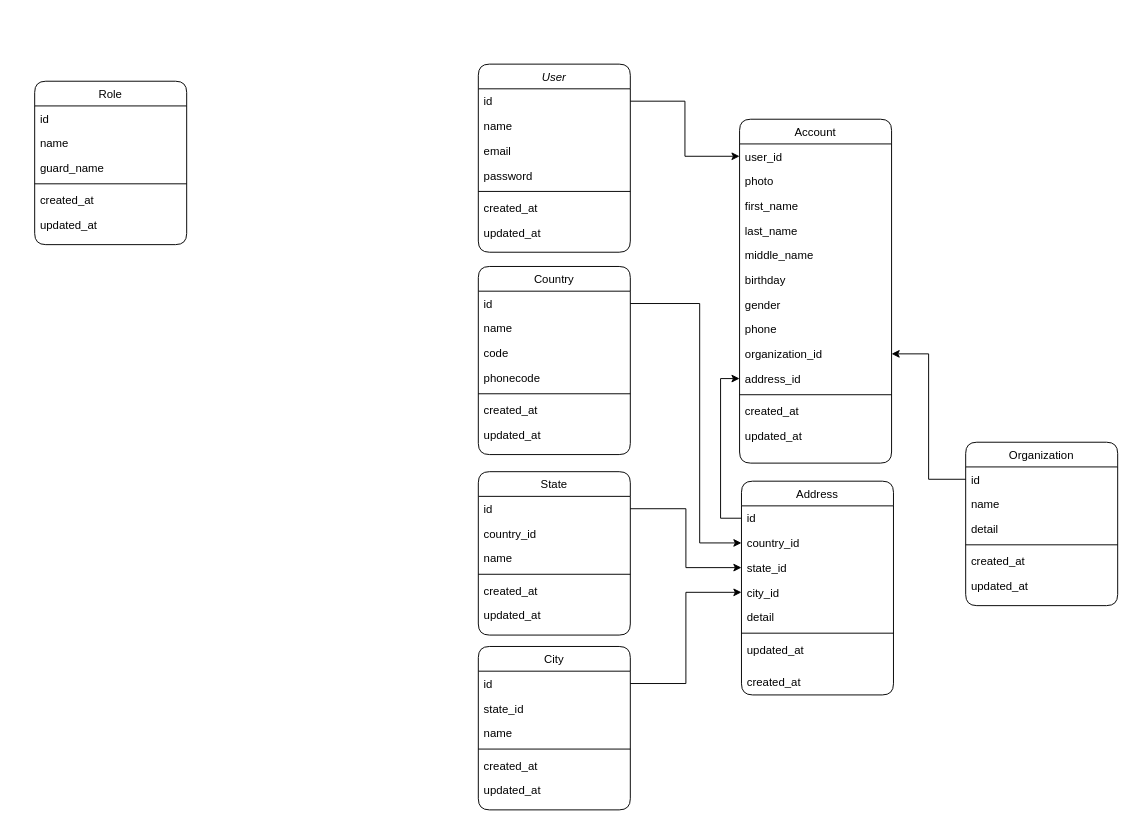
urinboy/EduCRM keeps this draw.io diagram as public/Untitled Diagram.drawio. Above is the earlier version. Source tidied: cells renumbered, new cells numbered last; positions are measured from the earlier drawing's top-left corner, leaving out a move shared by most shapes. Both pictures are drawn from the tidied source at 95%, with x=0, y=0 at pixel (34, 64).
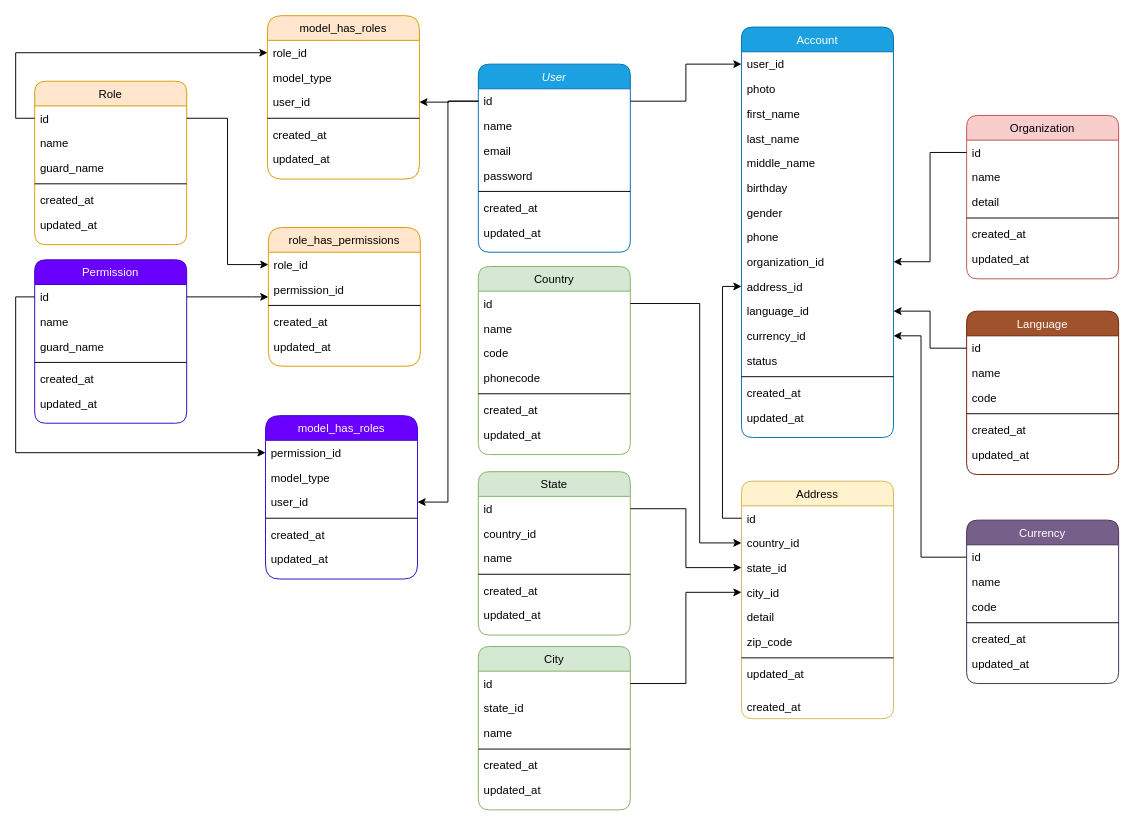
Above is the later version.

Unchanged cells that the change refers to:
```xml
<mxCell id="3" value="id" style="text;align=left;verticalAlign=top;spacingLeft=4;spacingRight=4;overflow=hidden;points=[[0,0.5],[1,0.5]];portConstraint=eastwest;" parent="2" vertex="1">
  <mxGeometry y="26" width="160" height="26" as="geometry" />
</mxCell>
<mxCell id="19" value="organization_id" style="text;align=left;verticalAlign=top;spacingLeft=4;spacingRight=4;overflow=hidden;points=[[0,0.5],[1,0.5]];portConstraint=eastwest;" parent="10" vertex="1">
  <mxGeometry y="234" width="160" height="26" as="geometry" />
</mxCell>
<mxCell id="25" value="id" style="text;align=left;verticalAlign=top;spacingLeft=4;spacingRight=4;overflow=hidden;points=[[0,0.5],[1,0.5]];portConstraint=eastwest;" parent="24" vertex="1">
  <mxGeometry y="26" width="160" height="26" as="geometry" />
</mxCell>
<mxCell id="69" value="id" style="text;align=left;verticalAlign=top;spacingLeft=4;spacingRight=4;overflow=hidden;points=[[0,0.5],[1,0.5]];portConstraint=eastwest;" parent="68" vertex="1">
  <mxGeometry y="26" width="160" height="26" as="geometry" />
</mxCell>
```

The edit, as a diff of the source:
```diff
@@
-    <mxCell id="2" value="User" style="swimlane;fontStyle=2;align=center;verticalAlign=top;horizontal=1;startSize=26;rounded=1;shadow=0;strokeWidth=1;" parent="1" vertex="1">
+    <mxCell id="2" value="User" style="swimlane;fontStyle=2;align=center;verticalAlign=top;horizontal=1;startSize=26;rounded=1;shadow=0;strokeWidth=1;fillColor=#1ba1e2;strokeColor=#006EAF;fontColor=#ffffff;" parent="1" vertex="1">
       <mxGeometry x="467" width="160" height="198" as="geometry" />
     </mxCell>
@@
-    <mxCell id="10" value="Account" style="swimlane;fontStyle=0;align=center;verticalAlign=top;horizontal=1;startSize=26;rounded=1;shadow=0;strokeWidth=1;glass=0;swimlaneLine=1;" parent="1" vertex="1">
-      <mxGeometry x="742" y="58" width="160" height="362" as="geometry" />
+    <mxCell id="10" value="Account" style="swimlane;fontStyle=0;align=center;verticalAlign=top;horizontal=1;startSize=26;rounded=1;shadow=0;strokeWidth=1;glass=0;swimlaneLine=1;fillColor=#1ba1e2;strokeColor=#006EAF;fontColor=#ffffff;" parent="1" vertex="1">
+      <mxGeometry x="744" y="-39" width="160" height="432" as="geometry" />
     </mxCell>
@@
+    <mxCell id="75" value="language_id" style="text;align=left;verticalAlign=top;spacingLeft=4;spacingRight=4;overflow=hidden;points=[[0,0.5],[1,0.5]];portConstraint=eastwest;" parent="10" vertex="1">
+      <mxGeometry y="286" width="160" height="26" as="geometry" />
+    </mxCell>
+    <mxCell id="76" value="currency_id" style="text;align=left;verticalAlign=top;spacingLeft=4;spacingRight=4;overflow=hidden;points=[[0,0.5],[1,0.5]];portConstraint=eastwest;" parent="10" vertex="1">
+      <mxGeometry y="312" width="160" height="26" as="geometry" />
+    </mxCell>
+    <mxCell id="77" value="status" style="text;align=left;verticalAlign=top;spacingLeft=4;spacingRight=4;overflow=hidden;" parent="10" vertex="1">
+      <mxGeometry y="338" width="160" height="26" as="geometry" />
+    </mxCell>
     <mxCell id="21" style="line;html=1;strokeWidth=1;align=left;verticalAlign=middle;spacingTop=-1;spacingLeft=3;spacingRight=3;labelPosition=right;" parent="10" vertex="1">
-      <mxGeometry y="286" width="160" height="8" as="geometry" />
+      <mxGeometry y="364" width="160" height="8" as="geometry" />
     </mxCell>
     <mxCell id="22" value="created_at" style="text;align=left;verticalAlign=top;spacingLeft=4;spacingRight=4;overflow=hidden;" parent="10" vertex="1">
-      <mxGeometry y="294" width="160" height="26" as="geometry" />
+      <mxGeometry y="372" width="160" height="26" as="geometry" />
     </mxCell>
     <mxCell id="23" value="updated_at" style="text;align=left;verticalAlign=top;spacingLeft=4;spacingRight=4;overflow=hidden;" parent="10" vertex="1">
-      <mxGeometry y="320" width="160" height="34" as="geometry" />
+      <mxGeometry y="398" width="160" height="34" as="geometry" />
     </mxCell>
-    <mxCell id="24" value="Organization" style="swimlane;fontStyle=0;align=center;verticalAlign=top;horizontal=1;startSize=26;rounded=1;shadow=0;strokeWidth=1;" parent="1" vertex="1">
-      <mxGeometry x="980" y="398" width="160" height="172" as="geometry" />
+    <mxCell id="24" value="Organization" style="swimlane;fontStyle=0;align=center;verticalAlign=top;horizontal=1;startSize=26;rounded=1;shadow=0;strokeWidth=1;fillColor=#f8cecc;strokeColor=#b85450;" parent="1" vertex="1">
+      <mxGeometry x="981" y="54" width="160" height="172" as="geometry" />
     </mxCell>
@@
-    <mxCell id="31" value="Address" style="swimlane;fontStyle=0;align=center;verticalAlign=top;horizontal=1;startSize=26;rounded=1;shadow=0;strokeWidth=1;" parent="1" vertex="1">
-      <mxGeometry x="744" y="439" width="160" height="225" as="geometry" />
+    <mxCell id="31" value="Address" style="swimlane;fontStyle=0;align=center;verticalAlign=top;horizontal=1;startSize=26;rounded=1;shadow=0;strokeWidth=1;fillColor=#fff2cc;strokeColor=#d6b656;gradientColor=none;swimlaneFillColor=none;" parent="1" vertex="1">
+      <mxGeometry x="744" y="439" width="160" height="250" as="geometry" />
     </mxCell>
@@
+    <mxCell id="78" value="zip_code" style="text;align=left;verticalAlign=top;spacingLeft=4;spacingRight=4;overflow=hidden;rounded=0;shadow=0;html=0;" parent="31" vertex="1">
+      <mxGeometry y="156" width="160" height="26" as="geometry" />
+    </mxCell>
     <mxCell id="37" style="line;html=1;strokeWidth=1;align=left;verticalAlign=middle;spacingTop=-1;spacingLeft=3;spacingRight=3;labelPosition=right;" parent="31" vertex="1">
-      <mxGeometry y="156" width="160" height="8" as="geometry" />
+      <mxGeometry y="182" width="160" height="8" as="geometry" />
     </mxCell>
     <mxCell id="38" value="updated_at" style="text;align=left;verticalAlign=top;spacingLeft=4;spacingRight=4;overflow=hidden;" parent="31" vertex="1">
-      <mxGeometry y="164" width="160" height="34" as="geometry" />
+      <mxGeometry y="190" width="160" height="34" as="geometry" />
     </mxCell>
     <mxCell id="39" value="created_at" style="text;align=left;verticalAlign=top;spacingLeft=4;spacingRight=4;overflow=hidden;" parent="31" vertex="1">
-      <mxGeometry y="198" width="160" height="26" as="geometry" />
+      <mxGeometry y="224" width="160" height="26" as="geometry" />
     </mxCell>
-    <mxCell id="40" style="edgeStyle=orthogonalEdgeStyle;rounded=0;jettySize=auto;html=1;exitX=0;exitY=0.5;exitDx=0;exitDy=0;entryX=1;entryY=0.5;entryDx=0;entryDy=0;" parent="1" edge="1" source="25" target="19">
-      <mxGeometry relative="1" as="geometry" />
-    </mxCell>
@@
-    <mxCell id="42" value="Country" style="swimlane;fontStyle=0;align=center;verticalAlign=top;horizontal=1;startSize=26;rounded=1;shadow=0;strokeWidth=1;" parent="1" vertex="1">
+    <mxCell id="42" value="Country" style="swimlane;fontStyle=0;align=center;verticalAlign=top;horizontal=1;startSize=26;rounded=1;shadow=0;strokeWidth=1;fillColor=#d5e8d4;strokeColor=#82b366;" parent="1" vertex="1">
       <mxGeometry x="467" y="213" width="160" height="198" as="geometry" />
     </mxCell>
@@
-    <mxCell id="50" value="State" style="swimlane;fontStyle=0;align=center;verticalAlign=top;horizontal=1;startSize=26;rounded=1;shadow=0;strokeWidth=1;" parent="1" vertex="1">
+    <mxCell id="50" value="State" style="swimlane;fontStyle=0;align=center;verticalAlign=top;horizontal=1;startSize=26;rounded=1;shadow=0;strokeWidth=1;fillColor=#d5e8d4;strokeColor=#82b366;" parent="1" vertex="1">
       <mxGeometry x="467" y="429" width="160" height="172" as="geometry" />
     </mxCell>
@@
-    <mxCell id="57" value="City" style="swimlane;fontStyle=0;align=center;verticalAlign=top;horizontal=1;startSize=26;rounded=1;shadow=0;strokeWidth=1;" parent="1" vertex="1">
+    <mxCell id="57" value="City" style="swimlane;fontStyle=0;align=center;verticalAlign=top;horizontal=1;startSize=26;rounded=1;shadow=0;strokeWidth=1;fillColor=#d5e8d4;strokeColor=#82b366;" parent="1" vertex="1">
       <mxGeometry x="467" y="613" width="160" height="172" as="geometry" />
     </mxCell>
@@
-    <mxCell id="68" value="Role" style="swimlane;fontStyle=0;align=center;verticalAlign=top;horizontal=1;startSize=26;rounded=1;shadow=0;strokeWidth=1;" parent="1" vertex="1">
+    <mxCell id="68" value="Role" style="swimlane;fontStyle=0;align=center;verticalAlign=top;horizontal=1;startSize=26;rounded=1;shadow=0;strokeWidth=1;fillColor=#ffe6cc;strokeColor=#d79b00;" parent="1" vertex="1">
       <mxGeometry y="18" width="160" height="172" as="geometry" />
     </mxCell>
@@
+    <mxCell id="79" style="edgeStyle=orthogonalEdgeStyle;rounded=0;orthogonalLoop=1;jettySize=auto;html=1;exitX=1;exitY=0.5;exitDx=0;exitDy=0;" parent="68" edge="1" source="69" target="69">
+      <mxGeometry relative="1" as="geometry" />
+    </mxCell>
+    <mxCell id="80" value="Permission" style="swimlane;fontStyle=0;align=center;verticalAlign=top;horizontal=1;startSize=26;rounded=1;shadow=0;strokeWidth=1;fillColor=#6a00ff;strokeColor=#3700CC;fontColor=#ffffff;" parent="1" vertex="1">
+      <mxGeometry y="206" width="160" height="172" as="geometry" />
+    </mxCell>
+    <mxCell id="81" value="id" style="text;align=left;verticalAlign=top;spacingLeft=4;spacingRight=4;overflow=hidden;points=[[0,0.5],[1,0.5]];portConstraint=eastwest;" parent="80" vertex="1">
+      <mxGeometry y="26" width="160" height="26" as="geometry" />
+    </mxCell>
+    <mxCell id="82" value="name" style="text;align=left;verticalAlign=top;spacingLeft=4;spacingRight=4;overflow=hidden;" parent="80" vertex="1">
+      <mxGeometry y="52" width="160" height="26" as="geometry" />
+    </mxCell>
+    <mxCell id="83" value="guard_name" style="text;align=left;verticalAlign=top;spacingLeft=4;spacingRight=4;overflow=hidden;" parent="80" vertex="1">
+      <mxGeometry y="78" width="160" height="26" as="geometry" />
+    </mxCell>
+    <mxCell id="84" style="line;html=1;strokeWidth=1;align=left;verticalAlign=middle;spacingTop=-1;spacingLeft=3;spacingRight=3;labelPosition=right;" parent="80" vertex="1">
+      <mxGeometry y="104" width="160" height="8" as="geometry" />
+    </mxCell>
+    <mxCell id="85" value="created_at" style="text;align=left;verticalAlign=top;spacingLeft=4;spacingRight=4;overflow=hidden;" parent="80" vertex="1">
+      <mxGeometry y="112" width="160" height="26" as="geometry" />
+    </mxCell>
+    <mxCell id="86" value="updated_at" style="text;align=left;verticalAlign=top;spacingLeft=4;spacingRight=4;overflow=hidden;" parent="80" vertex="1">
+      <mxGeometry y="138" width="160" height="34" as="geometry" />
+    </mxCell>
+    <mxCell id="87" value="role_has_permissions" style="swimlane;fontStyle=0;align=center;verticalAlign=top;horizontal=1;startSize=26;rounded=1;shadow=0;strokeWidth=1;arcSize=19;fillColor=#ffe6cc;strokeColor=#d79b00;" parent="1" vertex="1">
+      <mxGeometry x="246" y="172" width="160" height="146" as="geometry" />
+    </mxCell>
+    <mxCell id="88" value="role_id" style="text;align=left;verticalAlign=top;spacingLeft=4;spacingRight=4;overflow=hidden;points=[[0,0.5],[1,0.5]];portConstraint=eastwest;" parent="87" vertex="1">
+      <mxGeometry y="26" width="160" height="26" as="geometry" />
+    </mxCell>
+    <mxCell id="89" value="permission_id" style="text;align=left;verticalAlign=top;spacingLeft=4;spacingRight=4;overflow=hidden;" parent="87" vertex="1">
+      <mxGeometry y="52" width="160" height="26" as="geometry" />
+    </mxCell>
+    <mxCell id="90" style="line;html=1;strokeWidth=1;align=left;verticalAlign=middle;spacingTop=-1;spacingLeft=3;spacingRight=3;labelPosition=right;" parent="87" vertex="1">
+      <mxGeometry y="78" width="160" height="8" as="geometry" />
+    </mxCell>
+    <mxCell id="91" value="created_at" style="text;align=left;verticalAlign=top;spacingLeft=4;spacingRight=4;overflow=hidden;" parent="87" vertex="1">
+      <mxGeometry y="86" width="160" height="26" as="geometry" />
+    </mxCell>
+    <mxCell id="92" value="updated_at" style="text;align=left;verticalAlign=top;spacingLeft=4;spacingRight=4;overflow=hidden;" parent="87" vertex="1">
+      <mxGeometry y="112" width="160" height="34" as="geometry" />
+    </mxCell>
+    <mxCell id="93" style="edgeStyle=orthogonalEdgeStyle;rounded=0;jettySize=auto;html=1;exitX=1;exitY=0.5;exitDx=0;exitDy=0;entryX=0;entryY=0.5;entryDx=0;entryDy=0;" parent="1" edge="1" source="81" target="87">
+      <mxGeometry relative="1" as="geometry">
+        <Array as="points">
+          <mxPoint x="228" y="245" />
+          <mxPoint x="228" y="245" />
+        </Array>
+      </mxGeometry>
+    </mxCell>
+    <mxCell id="94" value="model_has_roles" style="swimlane;fontStyle=0;align=center;verticalAlign=top;horizontal=1;startSize=26;rounded=1;shadow=0;strokeWidth=1;arcSize=19;fillColor=#ffe6cc;strokeColor=#d79b00;" parent="1" vertex="1">
+      <mxGeometry x="245" y="-51" width="160" height="172" as="geometry" />
+    </mxCell>
+    <mxCell id="95" value="role_id" style="text;align=left;verticalAlign=top;spacingLeft=4;spacingRight=4;overflow=hidden;points=[[0,0.5],[1,0.5]];portConstraint=eastwest;" parent="94" vertex="1">
+      <mxGeometry y="26" width="160" height="26" as="geometry" />
+    </mxCell>
+    <mxCell id="96" value="model_type" style="text;align=left;verticalAlign=top;spacingLeft=4;spacingRight=4;overflow=hidden;" parent="94" vertex="1">
+      <mxGeometry y="52" width="160" height="26" as="geometry" />
+    </mxCell>
+    <mxCell id="97" value="user_id" style="text;align=left;verticalAlign=top;spacingLeft=4;spacingRight=4;overflow=hidden;points=[[0,0.5],[1,0.5]];portConstraint=eastwest;" parent="94" vertex="1">
+      <mxGeometry y="78" width="160" height="26" as="geometry" />
+    </mxCell>
+    <mxCell id="98" style="line;html=1;strokeWidth=1;align=left;verticalAlign=middle;spacingTop=-1;spacingLeft=3;spacingRight=3;labelPosition=right;" parent="94" vertex="1">
+      <mxGeometry y="104" width="160" height="8" as="geometry" />
+    </mxCell>
+    <mxCell id="99" value="created_at" style="text;align=left;verticalAlign=top;spacingLeft=4;spacingRight=4;overflow=hidden;" parent="94" vertex="1">
+      <mxGeometry y="112" width="160" height="26" as="geometry" />
+    </mxCell>
+    <mxCell id="100" value="updated_at" style="text;align=left;verticalAlign=top;spacingLeft=4;spacingRight=4;overflow=hidden;" parent="94" vertex="1">
+      <mxGeometry y="138" width="160" height="34" as="geometry" />
+    </mxCell>
+    <mxCell id="101" value="model_has_roles" style="swimlane;fontStyle=0;align=center;verticalAlign=top;horizontal=1;startSize=26;rounded=1;shadow=0;strokeWidth=1;arcSize=19;fillColor=#6a00ff;fontColor=#ffffff;strokeColor=#3700CC;" parent="1" vertex="1">
+      <mxGeometry x="243" y="370" width="160" height="172" as="geometry" />
+    </mxCell>
+    <mxCell id="102" value="permission_id" style="text;align=left;verticalAlign=top;spacingLeft=4;spacingRight=4;overflow=hidden;points=[[0,0.5],[1,0.5]];portConstraint=eastwest;" parent="101" vertex="1">
+      <mxGeometry y="26" width="160" height="26" as="geometry" />
+    </mxCell>
+    <mxCell id="103" value="model_type" style="text;align=left;verticalAlign=top;spacingLeft=4;spacingRight=4;overflow=hidden;" parent="101" vertex="1">
+      <mxGeometry y="52" width="160" height="26" as="geometry" />
+    </mxCell>
+    <mxCell id="104" value="user_id" style="text;align=left;verticalAlign=top;spacingLeft=4;spacingRight=4;overflow=hidden;points=[[0,0.5],[1,0.5]];portConstraint=eastwest;" parent="101" vertex="1">
+      <mxGeometry y="78" width="160" height="26" as="geometry" />
+    </mxCell>
+    <mxCell id="105" style="line;html=1;strokeWidth=1;align=left;verticalAlign=middle;spacingTop=-1;spacingLeft=3;spacingRight=3;labelPosition=right;" parent="101" vertex="1">
+      <mxGeometry y="104" width="160" height="8" as="geometry" />
+    </mxCell>
+    <mxCell id="106" value="created_at" style="text;align=left;verticalAlign=top;spacingLeft=4;spacingRight=4;overflow=hidden;" parent="101" vertex="1">
+      <mxGeometry y="112" width="160" height="26" as="geometry" />
+    </mxCell>
+    <mxCell id="107" value="updated_at" style="text;align=left;verticalAlign=top;spacingLeft=4;spacingRight=4;overflow=hidden;" parent="101" vertex="1">
+      <mxGeometry y="138" width="160" height="34" as="geometry" />
+    </mxCell>
+    <mxCell id="108" style="edgeStyle=orthogonalEdgeStyle;rounded=0;jettySize=auto;html=1;exitX=0;exitY=0.5;exitDx=0;exitDy=0;entryX=0;entryY=0.5;entryDx=0;entryDy=0;" parent="1" edge="1" source="81" target="102">
+      <mxGeometry relative="1" as="geometry" />
+    </mxCell>
+    <mxCell id="109" style="edgeStyle=orthogonalEdgeStyle;rounded=0;jettySize=auto;html=1;exitX=0;exitY=0.5;exitDx=0;exitDy=0;entryX=0;entryY=0.5;entryDx=0;entryDy=0;" parent="1" edge="1" source="69" target="95">
+      <mxGeometry relative="1" as="geometry" />
+    </mxCell>
+    <mxCell id="110" style="edgeStyle=orthogonalEdgeStyle;rounded=0;jettySize=auto;html=1;exitX=1;exitY=0.5;exitDx=0;exitDy=0;entryX=0;entryY=0.5;entryDx=0;entryDy=0;" parent="1" edge="1" source="69" target="88">
+      <mxGeometry relative="1" as="geometry" />
+    </mxCell>
+    <mxCell id="111" style="edgeStyle=orthogonalEdgeStyle;rounded=0;jettySize=auto;html=1;exitX=0;exitY=0.5;exitDx=0;exitDy=0;entryX=1;entryY=0.5;entryDx=0;entryDy=0;" parent="1" edge="1" source="3" target="97">
+      <mxGeometry relative="1" as="geometry" />
+    </mxCell>
+    <mxCell id="112" style="edgeStyle=orthogonalEdgeStyle;rounded=0;jettySize=auto;html=1;exitX=0;exitY=0.5;exitDx=0;exitDy=0;entryX=1;entryY=0.5;entryDx=0;entryDy=0;" parent="1" edge="1" source="3" target="104">
+      <mxGeometry relative="1" as="geometry" />
+    </mxCell>
+    <mxCell id="113" value="Language" style="swimlane;fontStyle=0;align=center;verticalAlign=top;horizontal=1;startSize=26;rounded=1;shadow=0;strokeWidth=1;fillColor=#a0522d;strokeColor=#6D1F00;fontColor=#ffffff;" parent="1" vertex="1">
+      <mxGeometry x="981" y="260" width="160" height="172" as="geometry" />
+    </mxCell>
+    <mxCell id="114" value="id" style="text;align=left;verticalAlign=top;spacingLeft=4;spacingRight=4;overflow=hidden;points=[[0,0.5],[1,0.5]];portConstraint=eastwest;" parent="113" vertex="1">
+      <mxGeometry y="26" width="160" height="26" as="geometry" />
+    </mxCell>
+    <mxCell id="115" value="name" style="text;align=left;verticalAlign=top;spacingLeft=4;spacingRight=4;overflow=hidden;" parent="113" vertex="1">
+      <mxGeometry y="52" width="160" height="26" as="geometry" />
+    </mxCell>
+    <mxCell id="116" value="code" style="text;align=left;verticalAlign=top;spacingLeft=4;spacingRight=4;overflow=hidden;" parent="113" vertex="1">
+      <mxGeometry y="78" width="160" height="26" as="geometry" />
+    </mxCell>
+    <mxCell id="117" style="line;html=1;strokeWidth=1;align=left;verticalAlign=middle;spacingTop=-1;spacingLeft=3;spacingRight=3;labelPosition=right;" parent="113" vertex="1">
+      <mxGeometry y="104" width="160" height="8" as="geometry" />
+    </mxCell>
+    <mxCell id="118" value="created_at" style="text;align=left;verticalAlign=top;spacingLeft=4;spacingRight=4;overflow=hidden;" parent="113" vertex="1">
+      <mxGeometry y="112" width="160" height="26" as="geometry" />
+    </mxCell>
+    <mxCell id="119" value="updated_at" style="text;align=left;verticalAlign=top;spacingLeft=4;spacingRight=4;overflow=hidden;" parent="113" vertex="1">
+      <mxGeometry y="138" width="160" height="34" as="geometry" />
+    </mxCell>
+    <mxCell id="120" value="Currency" style="swimlane;fontStyle=0;align=center;verticalAlign=top;horizontal=1;startSize=26;rounded=1;shadow=0;strokeWidth=1;fillColor=#76608a;strokeColor=#432D57;fontColor=#ffffff;" parent="1" vertex="1">
+      <mxGeometry x="981" y="480" width="160" height="172" as="geometry" />
+    </mxCell>
+    <mxCell id="121" value="id" style="text;align=left;verticalAlign=top;spacingLeft=4;spacingRight=4;overflow=hidden;points=[[0,0.5],[1,0.5]];portConstraint=eastwest;" parent="120" vertex="1">
+      <mxGeometry y="26" width="160" height="26" as="geometry" />
+    </mxCell>
+    <mxCell id="122" value="name" style="text;align=left;verticalAlign=top;spacingLeft=4;spacingRight=4;overflow=hidden;" parent="120" vertex="1">
+      <mxGeometry y="52" width="160" height="26" as="geometry" />
+    </mxCell>
+    <mxCell id="123" value="code" style="text;align=left;verticalAlign=top;spacingLeft=4;spacingRight=4;overflow=hidden;" parent="120" vertex="1">
+      <mxGeometry y="78" width="160" height="26" as="geometry" />
+    </mxCell>
+    <mxCell id="124" style="line;html=1;strokeWidth=1;align=left;verticalAlign=middle;spacingTop=-1;spacingLeft=3;spacingRight=3;labelPosition=right;" parent="120" vertex="1">
+      <mxGeometry y="104" width="160" height="8" as="geometry" />
+    </mxCell>
+    <mxCell id="125" value="created_at" style="text;align=left;verticalAlign=top;spacingLeft=4;spacingRight=4;overflow=hidden;" parent="120" vertex="1">
+      <mxGeometry y="112" width="160" height="26" as="geometry" />
+    </mxCell>
+    <mxCell id="126" value="updated_at" style="text;align=left;verticalAlign=top;spacingLeft=4;spacingRight=4;overflow=hidden;" parent="120" vertex="1">
+      <mxGeometry y="138" width="160" height="34" as="geometry" />
+    </mxCell>
+    <mxCell id="127" style="edgeStyle=orthogonalEdgeStyle;rounded=0;jettySize=auto;html=1;exitX=0;exitY=0.5;exitDx=0;exitDy=0;" parent="1" edge="1" source="121" target="76">
+      <mxGeometry relative="1" as="geometry">
+        <Array as="points">
+          <mxPoint x="933" y="519" />
+          <mxPoint x="933" y="286" />
+        </Array>
+      </mxGeometry>
+    </mxCell>
+    <mxCell id="128" style="edgeStyle=orthogonalEdgeStyle;rounded=0;jettySize=auto;html=1;exitX=0;exitY=0.5;exitDx=0;exitDy=0;entryX=1;entryY=0.5;entryDx=0;entryDy=0;" parent="1" edge="1" source="114" target="75">
+      <mxGeometry relative="1" as="geometry" />
+    </mxCell>
+    <mxCell id="40" style="edgeStyle=orthogonalEdgeStyle;rounded=0;jettySize=auto;html=1;exitX=0;exitY=0.5;exitDx=0;exitDy=0;" parent="1" edge="1" source="25" target="19">
+      <mxGeometry relative="1" as="geometry" />
+    </mxCell>
```
